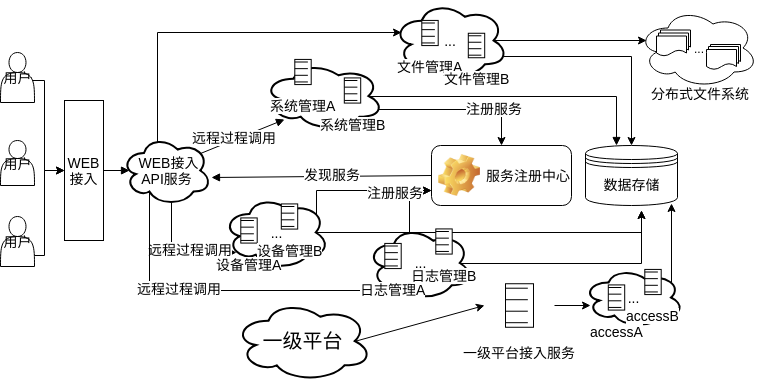
Earlier version of the draw.io export framework.png (waterwatermelon/graph). Source tidied: cells renumbered, new cells last; positions are measured from the earlier drawing's top-left corner, leaving out a move shared by most shapes.
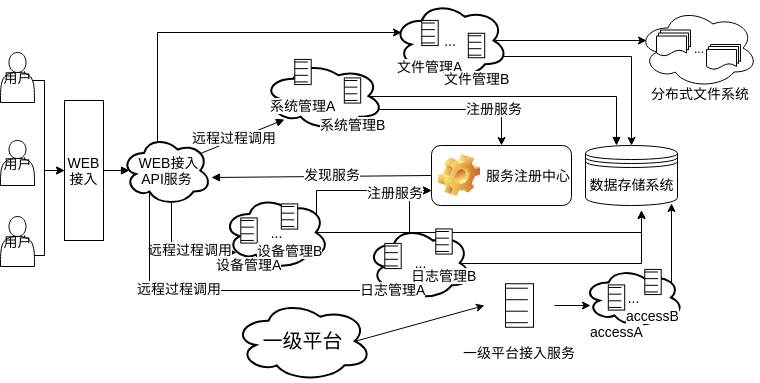
The same file after the commit.

The edit, as a diff of the source:
```diff
@@ -131,7 +131,7 @@
     <mxCell id="31" value="..." style="ellipse;shape=cloud;strokeWidth=2;fontSize=14;whiteSpace=wrap;html=1;align=center;" parent="1" vertex="1">
       <mxGeometry x="392.5" y="0.5" width="115" height="79" as="geometry" />
     </mxCell>
-    <mxCell id="32" value="&lt;font style=&quot;font-size: 14px&quot;&gt;数据存储&lt;/font&gt;" style="shape=datastore;whiteSpace=wrap;html=1;fontSize=14;" parent="1" vertex="1">
+    <mxCell id="32" value="&lt;font style=&quot;font-size: 14px&quot;&gt;数据存储系统&lt;/font&gt;" style="shape=datastore;whiteSpace=wrap;html=1;fontSize=14;" parent="1" vertex="1">
       <mxGeometry x="585" y="145" width="92" height="60" as="geometry" />
     </mxCell>
     <mxCell id="33" style="edgeStyle=none;rounded=0;comic=0;jettySize=auto;html=1;exitX=0;exitY=0.5;exitDx=0;exitDy=0;entryX=1;entryY=0.6;entryDx=0;entryDy=0;entryPerimeter=0;shadow=0;startArrow=none;startFill=0;endArrow=block;endFill=1;strokeColor=#000000;strokeWidth=1;fontSize=14;" parent="1" edge="1" source="35" target="13">
```
